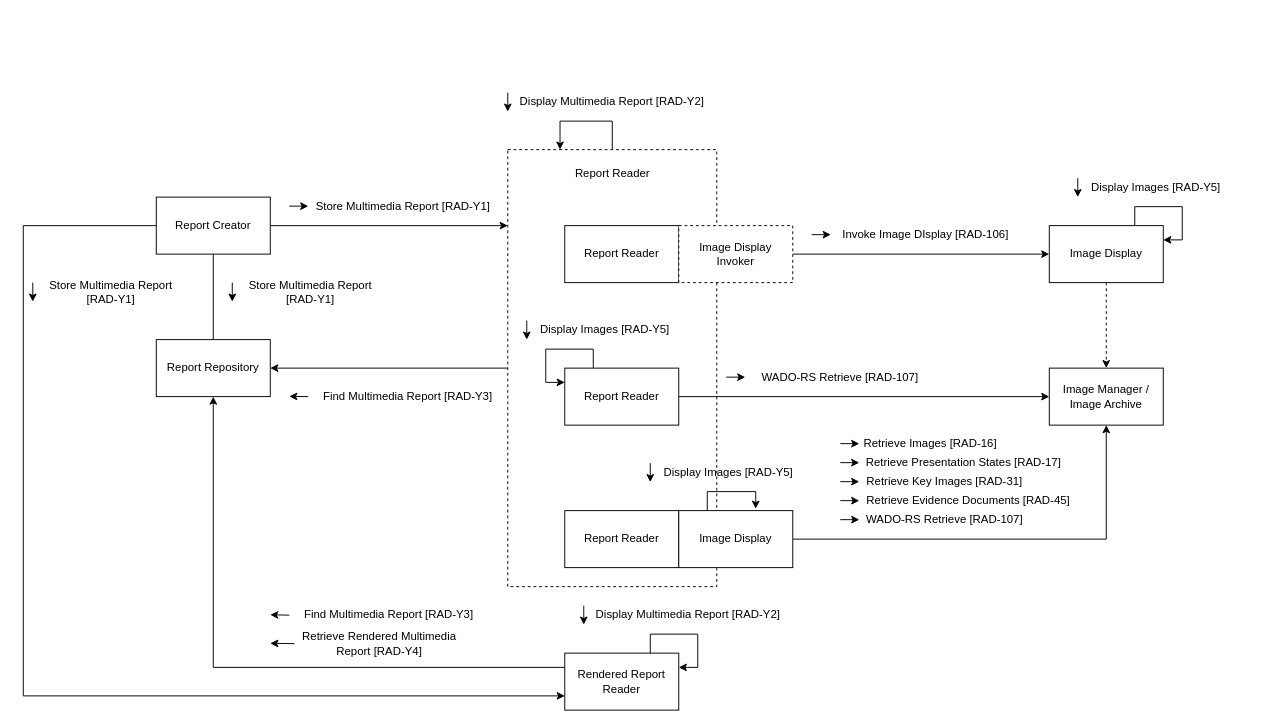
Before: input/images-source/IHE_IMR_actor.drawio in IHE/RAD.IMR, a draw.io diagram. Source tidied: cells renumbered, new cells numbered last; positions are measured from the earlier drawing's top-left corner, leaving out a move shared by most shapes. Both pictures are drawn from the tidied source at 95%, with x=0, y=0 at pixel (23, 16).
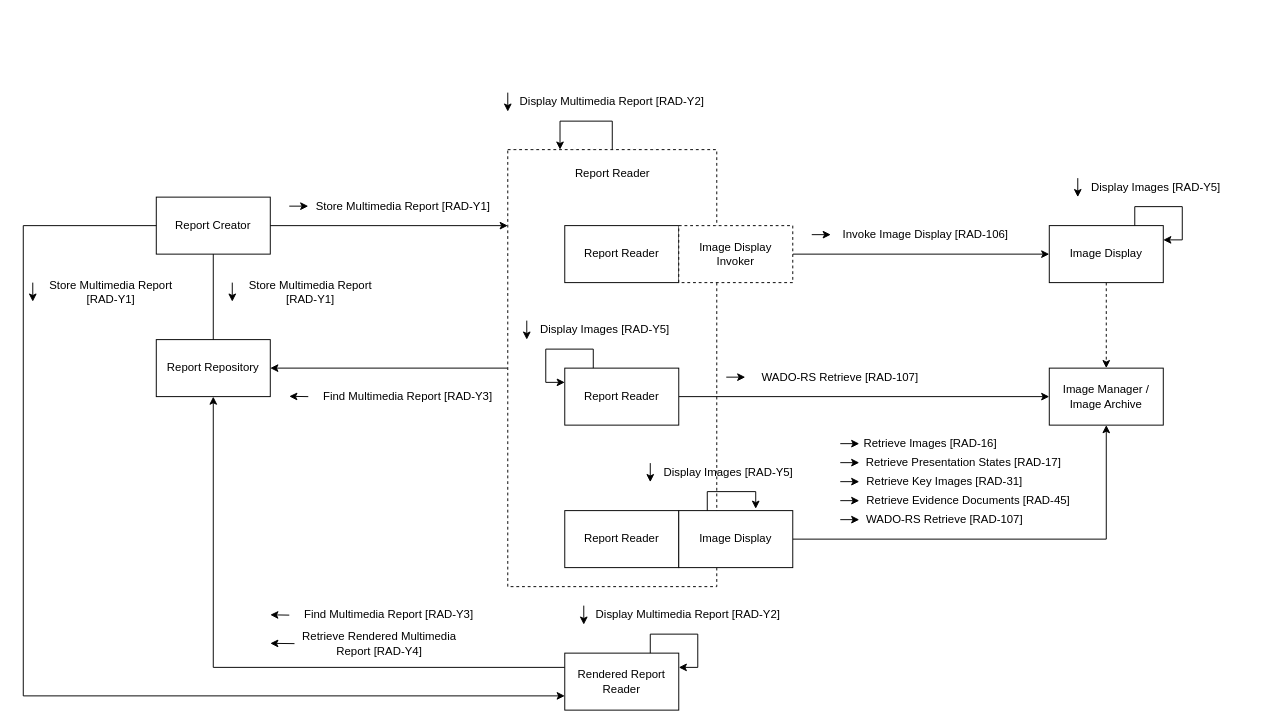
The same diagram, later.

Unchanged cells that the change refers to:
```xml
<mxCell id="13" style="group;" parent="1" vertex="1">
  <mxGeometry x="830" y="220" width="220" height="20" as="geometry" />
</mxCell>
```

Diff of the diagram source:
```diff
@@
-    <mxCell id="14" value="Invoke Image DIsplay [RAD-106]" style="text;html=1;strokeColor=none;fillColor=none;align=center;verticalAlign=middle;whiteSpace=wrap;rounded=0;" parent="13" vertex="1">
+    <mxCell id="14" value="Invoke Image Display [RAD-106]" style="text;html=1;strokeColor=none;fillColor=none;align=center;verticalAlign=middle;whiteSpace=wrap;rounded=0;" parent="13" vertex="1">
       <mxGeometry x="20" width="200" height="20" as="geometry" />
     </mxCell>
```
